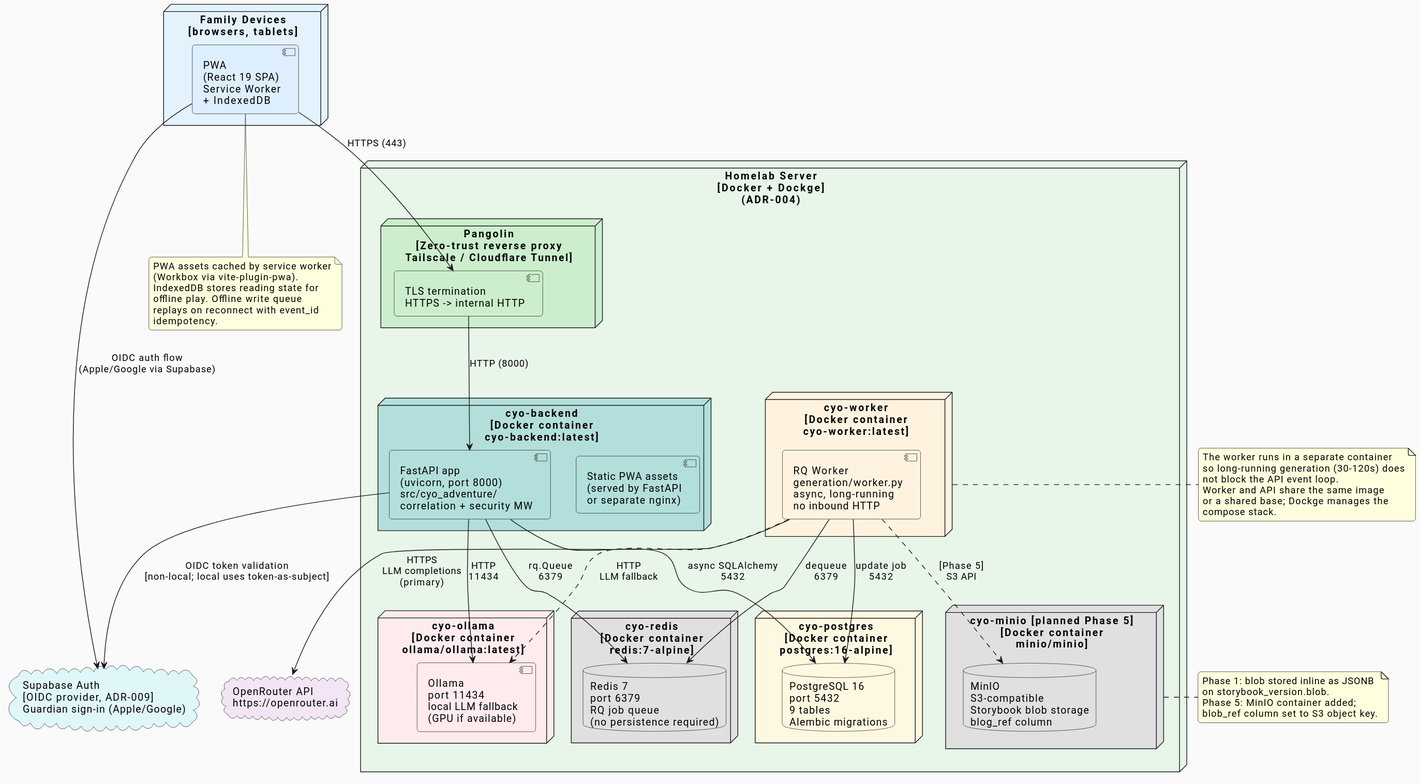
Above: docs/architecture/diagrams/deployment.svg in ByronWilliamsCPA/cyo-adventure (PlantUML), before the change.
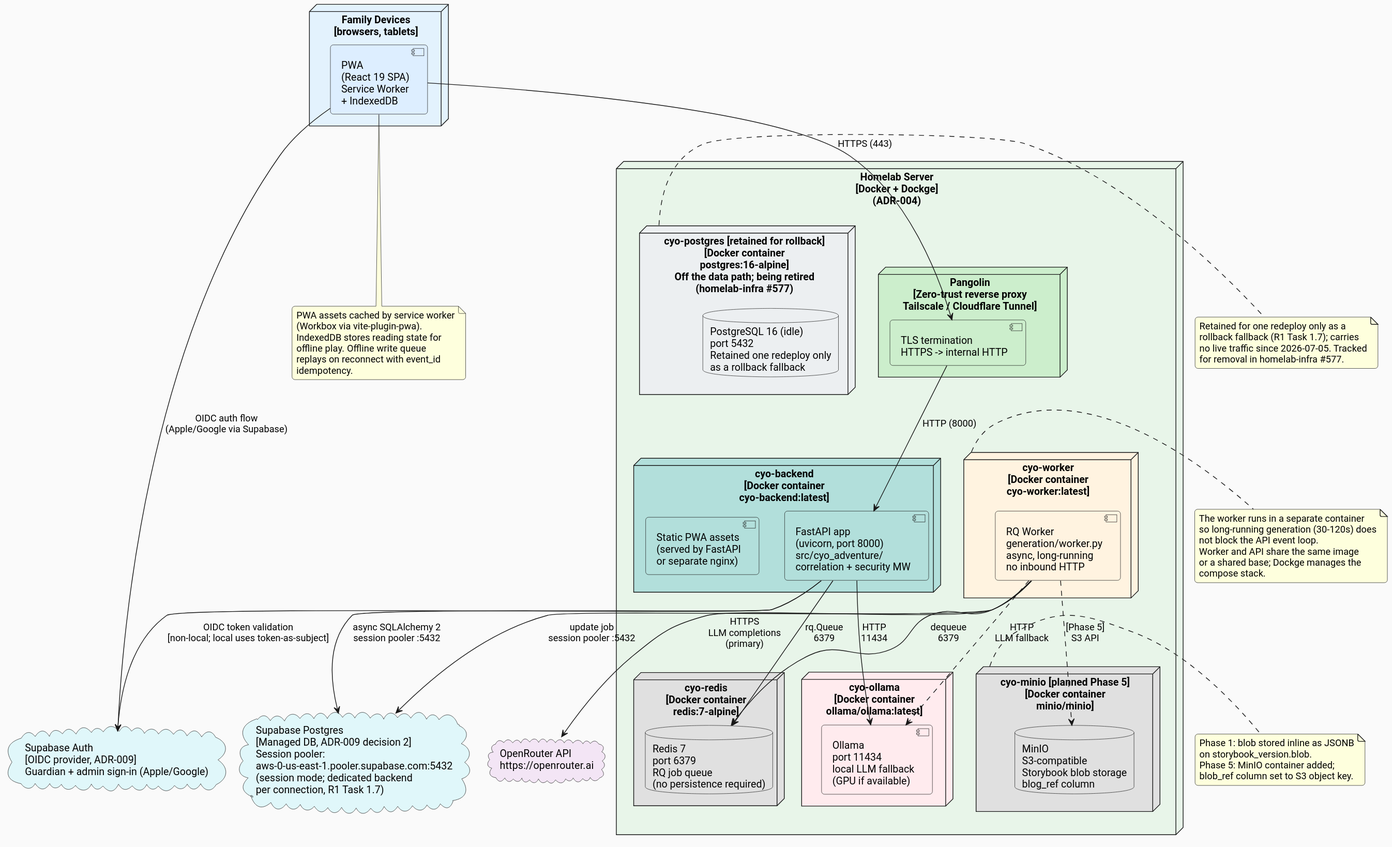
Later version of the same file.

Commit message:
docs(architecture): reflect Supabase Postgres cutover (ADR-009 Task 1.7)

The edit, as a diff of the source:
```diff
@@ -9,7 +9,8 @@
 }
 
 cloud "OpenRouter API\nhttps://openrouter.ai" as openrouter_cloud #F3E5F5
-cloud "Supabase Auth\n[OIDC provider, ADR-009]\nGuardian sign-in (Apple/Google)" as supabase_cloud #E0F7FA
+cloud "Supabase Auth\n[OIDC provider, ADR-009]\nGuardian + admin sign-in (Apple/Google)" as supabase_cloud #E0F7FA
+cloud "Supabase Postgres\n[Managed DB, ADR-009 decision 2]\nSession pooler:\naws-0-us-east-1.pooler.supabase.com:5432\n(session mode; dedicated backend\nper connection, R1 Task 1.7)" as supabase_pg_cloud #E0F7FA
 
 node "Homelab Server\n[Docker + Dockge]\n(ADR-004)" as homelab #E8F5E9 {
 
@@ -26,8 +27,8 @@
     component "RQ Worker\ngeneration/worker.py\nasync, long-running\nno inbound HTTP" as rq_worker #FFF3E0
   }
 
-  node "cyo-postgres\n[Docker container\npostgres:16-alpine]" as postgres_container #FFF8E1 {
-    database "PostgreSQL 16\nport 5432\n9 tables\nAlembic migrations" as pg_db #FFF8E1
+  node "cyo-postgres [retained for rollback]\n[Docker container\npostgres:16-alpine]\nOff the data path; being retired\n(homelab-infra #577)" as postgres_container #ECEFF1 {
+    database "PostgreSQL 16 (idle)\nport 5432\nRetained one redeploy only\nas a rollback fallback" as pg_db #ECEFF1
   }
 
   node "cyo-redis\n[Docker container\nredis:7-alpine]" as redis_container #E0E0E0 {
@@ -46,16 +47,23 @@
 
 pwa_client --> tls : "HTTPS (443)"
 tls --> fastapi_app : "HTTP (8000)"
-fastapi_app --> pg_db : "async SQLAlchemy\n5432"
+fastapi_app --> supabase_pg_cloud : "async SQLAlchemy 2\nsession pooler :5432"
 fastapi_app --> redis_db : "rq.Queue\n6379"
 fastapi_app --> ollama_svc : "HTTP\n11434"
 rq_worker --> redis_db : "dequeue\n6379"
-rq_worker --> pg_db : "update job\n5432"
+rq_worker --> supabase_pg_cloud : "update job\nsession pooler :5432"
 rq_worker --> openrouter_cloud : "HTTPS\nLLM completions\n(primary)"
 rq_worker ..> ollama_svc : "HTTP\nLLM fallback"
 rq_worker ..> minio_db : "[Phase 5]\nS3 API"
 pwa_client --> supabase_cloud : "OIDC auth flow\n(Apple/Google via Supabase)"
 fastapi_app --> supabase_cloud : "OIDC token validation\n[non-local; local uses token-as-subject]"
+
+note right of postgres_container
+  Retained for one redeploy only as a
+  rollback fallback (R1 Task 1.7); carries
+  no live traffic since 2026-07-05. Tracked
+  for removal in homelab-infra #577.
+end note
 
 note right of worker_container
   The worker runs in a separate container
```
